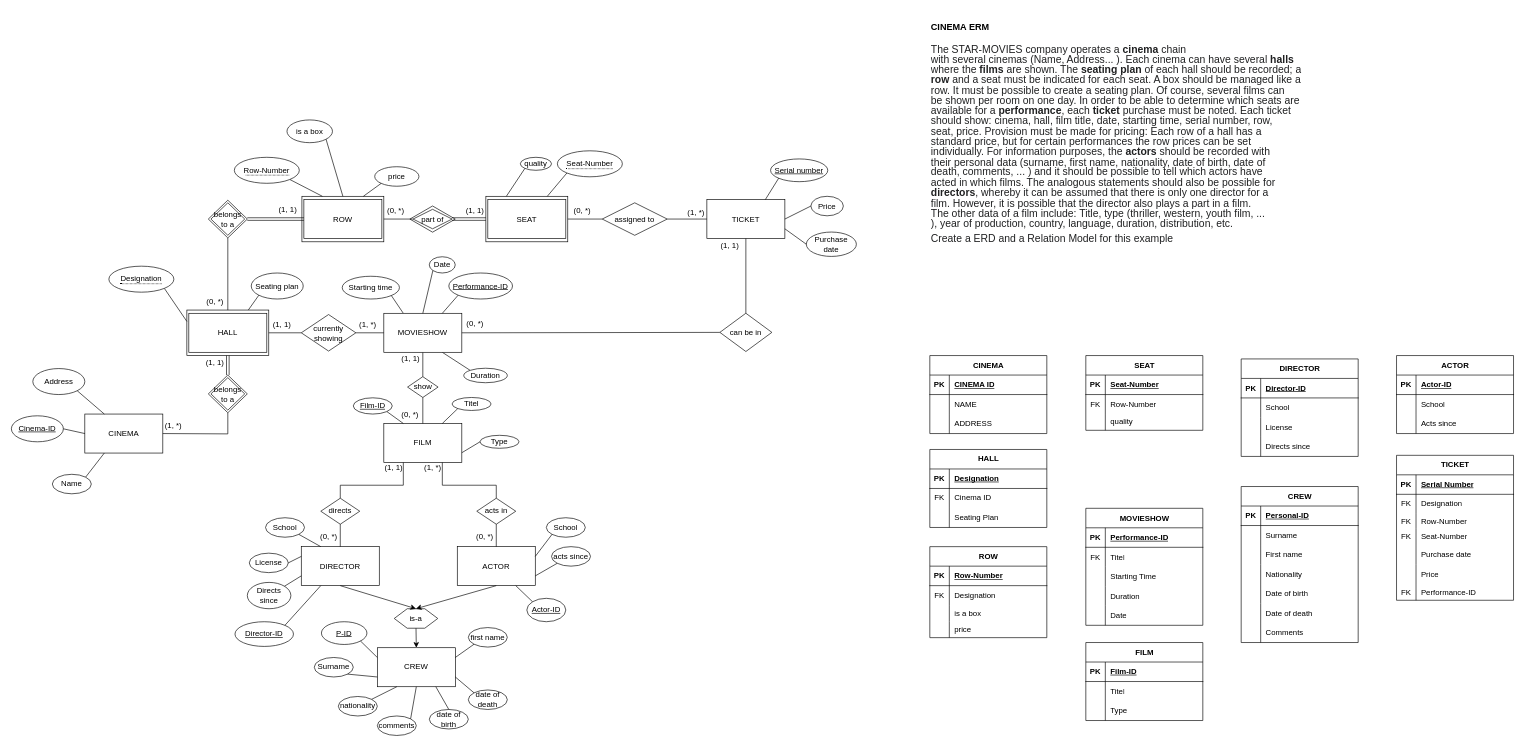
This is CINEMA.drawio from mars-veracruz/First-Repo, a draw.io file, before an edit. Source tidied: cells renumbered, new cells numbered last; positions are measured from the earlier drawing's top-left corner, leaving out a move shared by most shapes. Both pictures are drawn from the tidied source at 65%, with x=0, y=0 at pixel (11, 11).
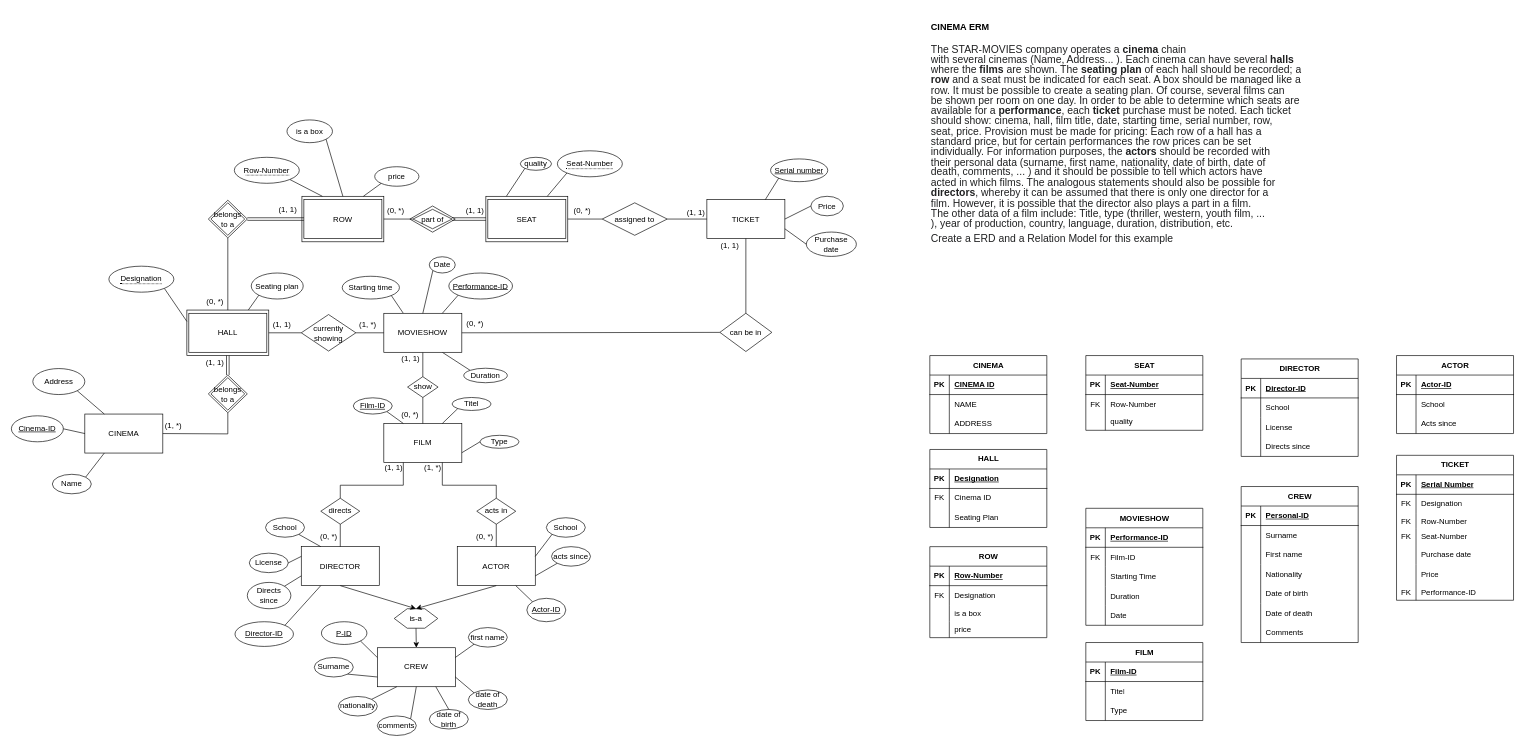
The same diagram, later.

Unchanged cells that the change refers to:
```xml
<mxCell id="195" style="shape=tableRow;horizontal=0;startSize=0;swimlaneHead=0;swimlaneBody=0;fillColor=none;top=0;left=0;right=0;bottom=0;" parent="191" vertex="1">
  <mxGeometry y="60" width="180" height="30" as="geometry" />
</mxCell>
```

Change to the diagram source:
```diff
@@
-    <mxCell id="113" value="(1, *)" style="text;html=1;align=center;verticalAlign=middle;strokeColor=none;fillColor=none;" parent="1" vertex="1">
+    <mxCell id="113" value="(1, 1)" style="text;html=1;align=center;verticalAlign=middle;strokeColor=none;fillColor=none;" parent="1" vertex="1">
       <mxGeometry x="1028" y="294.5" width="50" height="30" as="geometry" />
     </mxCell>
@@
-    <mxCell id="197" value="Titel" style="shape=partialRectangle;fillColor=none;top=0;left=0;bottom=0;right=0;align=left;spacingLeft=6;overflow=hidden;whiteSpace=wrap;html=1;" parent="195" vertex="1">
+    <mxCell id="197" value="Film-ID" style="shape=partialRectangle;fillColor=none;top=0;left=0;bottom=0;right=0;align=left;spacingLeft=6;overflow=hidden;whiteSpace=wrap;html=1;" parent="195" vertex="1">
       <mxGeometry x="30" width="150" height="30" as="geometry" />
     </mxCell>
```
